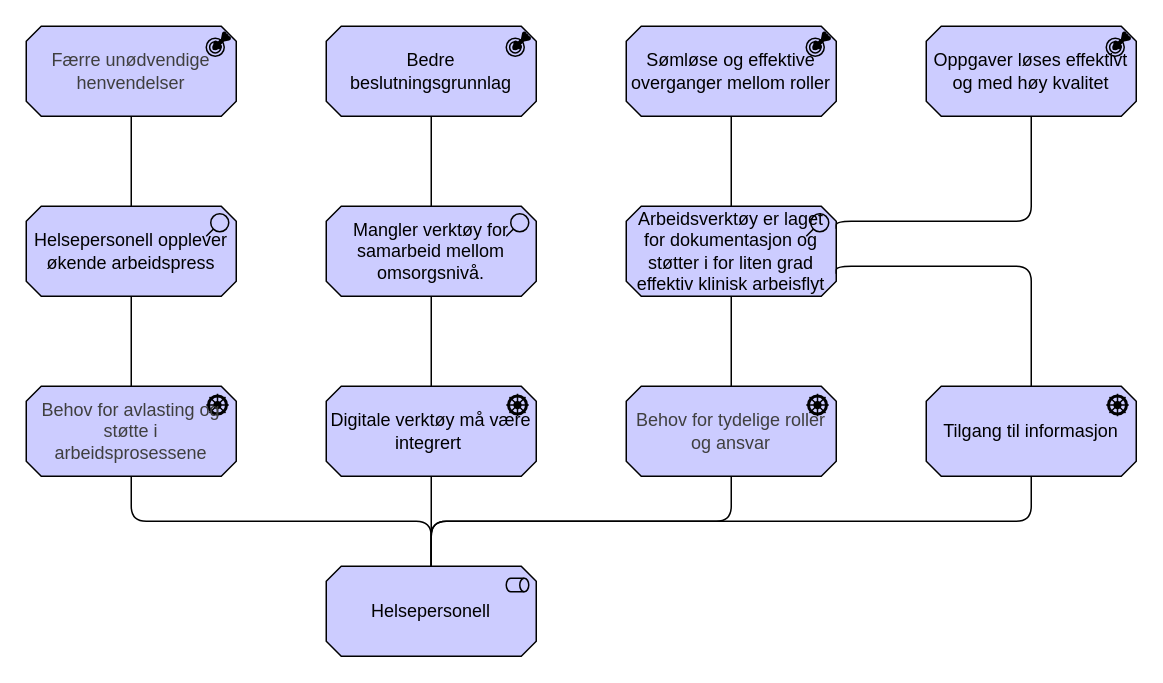
Above: page "helsepersonell-concern" (3 of 5) of docs/interessent/motivasjon-interessent.drawio in hdir/Digital-Forstelinje (draw.io), before the change. Source tidied: cells renumbered, new cells numbered last; positions are measured from the earlier drawing's top-left corner, leaving out a move shared by most shapes. Both pictures are drawn from the tidied source at 150%, with x=0, y=0 at pixel (26, 26).
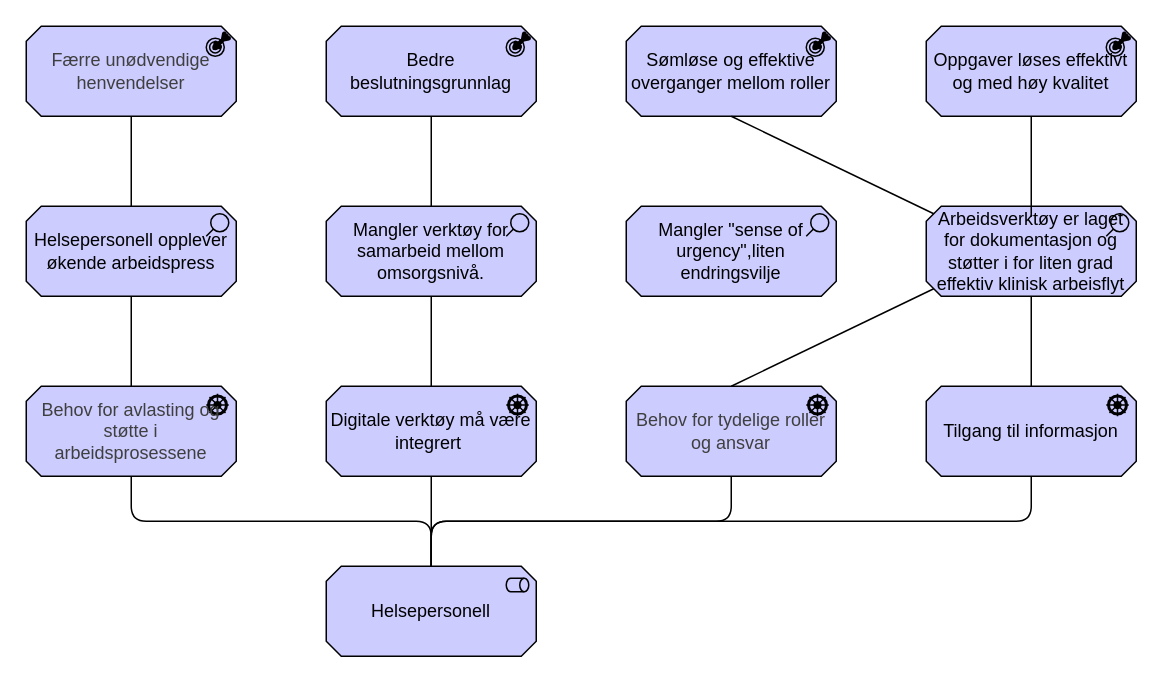
Above is the later version.

Unchanged cells that the change refers to:
```xml
<mxCell id="8" value="&lt;span style=&quot;color: rgb(63, 63, 63); text-align: left;&quot;&gt;&lt;font style=&quot;font-size: 12px;&quot;&gt;Behov for tydelige roller og ansvar&lt;/font&gt;&lt;/span&gt;" style="html=1;outlineConnect=0;whiteSpace=wrap;fillColor=#CCCCFF;shape=mxgraph.archimate3.application;appType=driver;archiType=oct;" parent="1" vertex="1">
  <mxGeometry x="400" y="240" width="140" height="60" as="geometry" />
</mxCell>
<mxCell id="10" value="Sømløse og effektive overganger mellom roller" style="html=1;outlineConnect=0;whiteSpace=wrap;fillColor=#CCCCFF;shape=mxgraph.archimate3.application;appType=outcome;archiType=oct;" parent="1" vertex="1">
  <mxGeometry x="400" width="140" height="60" as="geometry" />
</mxCell>
<mxCell id="21" value="&lt;font face=&quot;Helvetica&quot; style=&quot;font-size: 12px;&quot;&gt;Tilgang til informasjon&lt;/font&gt;" style="html=1;outlineConnect=0;whiteSpace=wrap;fillColor=#CCCCFF;shape=mxgraph.archimate3.application;appType=driver;archiType=oct;" parent="1" vertex="1">
  <mxGeometry x="600" y="240" width="140" height="60" as="geometry" />
</mxCell>
<mxCell id="24" value="Oppgaver løses effektivt og med høy kvalitet" style="html=1;outlineConnect=0;whiteSpace=wrap;fillColor=#CCCCFF;shape=mxgraph.archimate3.application;appType=outcome;archiType=oct;" parent="1" vertex="1">
  <mxGeometry x="600" width="140" height="60" as="geometry" />
</mxCell>
```

Diff of the diagram source:
```diff
@@
     <mxCell id="6" value="Arbeidsverktøy er laget for dokumentasjon og støtter i for liten grad effektiv klinisk arbeisflyt" style="html=1;outlineConnect=0;whiteSpace=wrap;fillColor=#CCCCFF;shape=mxgraph.archimate3.application;appType=assess;archiType=oct;" parent="1" vertex="1">
-      <mxGeometry x="400" y="120" width="140" height="60" as="geometry" />
+      <mxGeometry x="600" y="120" width="140" height="60" as="geometry" />
     </mxCell>
@@
-    <mxCell id="16" style="html=1;endArrow=none;elbow=vertical;entryX=0.5;entryY=0;entryDx=0;entryDy=0;entryPerimeter=0;" parent="1" edge="1" target="8">
-      <mxGeometry relative="1" as="geometry">
-        <mxPoint x="470" y="180" as="sourcePoint" />
-      </mxGeometry>
+    <mxCell id="16" style="html=1;endArrow=none;elbow=vertical;entryX=0.5;entryY=0;entryDx=0;entryDy=0;entryPerimeter=0;exitX=0;exitY=1;exitDx=5;exitDy=-5;exitPerimeter=0;" parent="1" edge="1" source="6" target="8">
+      <mxGeometry relative="1" as="geometry" />
     </mxCell>
@@
-    <mxCell id="20" style="html=1;endArrow=none;elbow=vertical;entryX=0.5;entryY=0;entryDx=0;entryDy=0;entryPerimeter=0;exitX=0.5;exitY=1;exitDx=0;exitDy=0;exitPerimeter=0;" parent="1" edge="1" source="10" target="6">
+    <mxCell id="20" style="html=1;endArrow=none;elbow=vertical;entryX=0;entryY=0;entryDx=5;entryDy=5;entryPerimeter=0;exitX=0.5;exitY=1;exitDx=0;exitDy=0;exitPerimeter=0;" parent="1" edge="1" source="10" target="6">
       <mxGeometry relative="1" as="geometry" />
     </mxCell>
@@
-    <mxCell id="23" style="edgeStyle=elbowEdgeStyle;html=1;endArrow=none;elbow=vertical;exitX=0.5;exitY=0;exitDx=0;exitDy=0;exitPerimeter=0;entryX=1;entryY=0.75;entryDx=0;entryDy=0;entryPerimeter=0;" parent="1" edge="1" source="21" target="6">
-      <mxGeometry relative="1" as="geometry">
-        <Array as="points">
-          <mxPoint x="610" y="160" />
-        </Array>
-      </mxGeometry>
+    <mxCell id="23" style="edgeStyle=elbowEdgeStyle;html=1;endArrow=none;elbow=vertical;exitX=0.5;exitY=0;exitDx=0;exitDy=0;exitPerimeter=0;entryX=0.5;entryY=1;entryDx=0;entryDy=0;entryPerimeter=0;" parent="1" edge="1" source="21" target="6">
+      <mxGeometry relative="1" as="geometry" />
     </mxCell>
@@
-    <mxCell id="25" style="edgeStyle=elbowEdgeStyle;html=1;endArrow=none;elbow=vertical;exitX=0.5;exitY=1;exitDx=0;exitDy=0;exitPerimeter=0;entryX=1;entryY=0.25;entryDx=0;entryDy=0;entryPerimeter=0;" parent="1" edge="1" source="24" target="6">
+    <mxCell id="25" style="edgeStyle=elbowEdgeStyle;html=1;endArrow=none;elbow=vertical;exitX=0.5;exitY=1;exitDx=0;exitDy=0;exitPerimeter=0;entryX=0.5;entryY=0;entryDx=0;entryDy=0;entryPerimeter=0;" parent="1" edge="1" source="24" target="6">
       <mxGeometry relative="1" as="geometry">
         <Array as="points">
           <mxPoint x="610" y="130" />
         </Array>
       </mxGeometry>
     </mxCell>
+    <mxCell id="26" value="Mangler &quot;sense of urgency&quot;,liten endringsvilje" style="html=1;whiteSpace=wrap;fillColor=#CCCCFF;shape=mxgraph.archimate3.application;appType=assess;archiType=oct;" parent="1" vertex="1">
+      <mxGeometry x="400" y="120" width="140" height="60" as="geometry" />
+    </mxCell>
```
